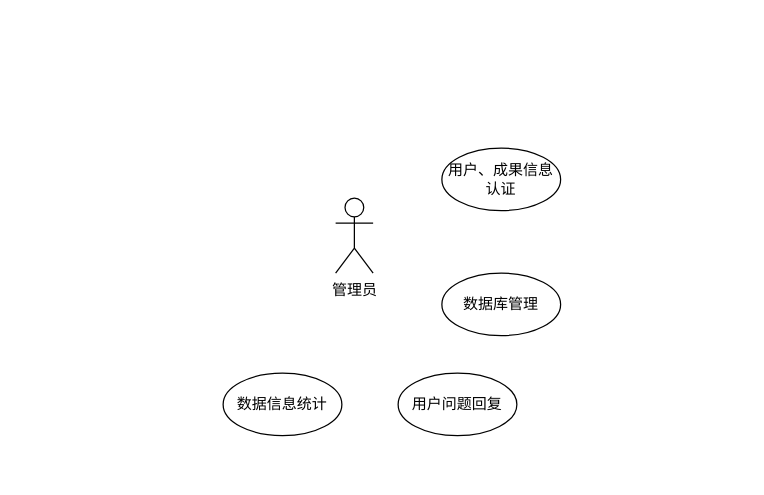
Above: 2024-BUAA-SE/需求规格书/管理维护模块-用例图.drawio in jongsh/drawio (draw.io), before the change. Source tidied: cells renumbered, new cells numbered last; positions are measured from the earlier drawing's top-left corner, leaving out a move shared by most shapes. Both pictures are drawn from the tidied source at 125%, with x=0, y=0 at pixel (222, 148).
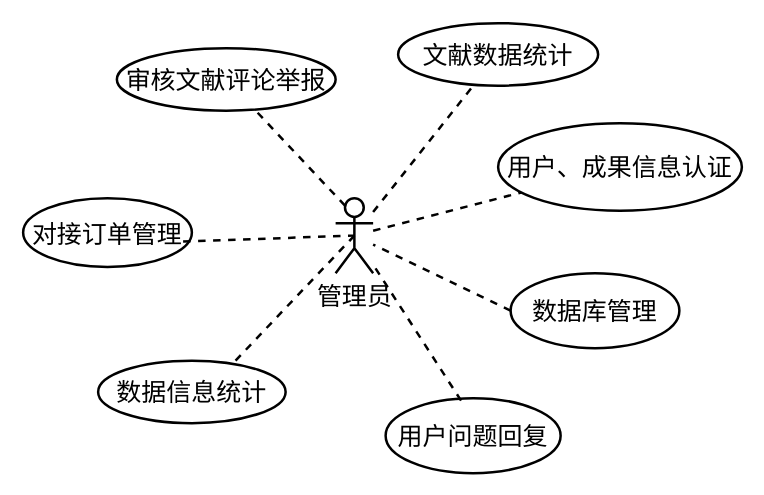
The same page after the edit.

Commit message (it also covers changes not shown here):
更新管理维护模块-用例图.drawio

Change to the diagram source:
```diff
@@
 <mxGraphModel>
   <root>
     <mxCell id="0" />
     <mxCell id="1" parent="0" />
-    <mxCell id="2" value="管理员" style="shape=umlActor;verticalLabelPosition=bottom;verticalAlign=top;html=1;outlineConnect=0;" parent="1" vertex="1">
+    <mxCell id="2" value="管理员" style="shape=umlActor;verticalLabelPosition=bottom;verticalAlign=top;html=1;outlineConnect=0;strokeWidth=2;fontSize=20;" parent="1" vertex="1">
       <mxGeometry x="90" y="40" width="30" height="60" as="geometry" />
     </mxCell>
-    <mxCell id="3" value="用户、成果信息认证" style="ellipse;whiteSpace=wrap;html=1;" parent="1" vertex="1">
-      <mxGeometry x="175" width="95" height="50" as="geometry" />
+    <mxCell id="3" value="用户、成果信息认证" style="ellipse;whiteSpace=wrap;html=1;strokeWidth=2;fontSize=20;" parent="1" vertex="1">
+      <mxGeometry x="220" y="-20" width="195" height="70" as="geometry" />
     </mxCell>
-    <mxCell id="4" value="数据库管理" style="ellipse;whiteSpace=wrap;html=1;" parent="1" vertex="1">
-      <mxGeometry x="175" y="100" width="95" height="50" as="geometry" />
+    <mxCell id="4" value="数据库管理" style="ellipse;whiteSpace=wrap;html=1;strokeWidth=2;fontSize=20;" parent="1" vertex="1">
+      <mxGeometry x="230" y="100" width="135" height="60" as="geometry" />
     </mxCell>
-    <mxCell id="5" value="用户问题回复" style="ellipse;whiteSpace=wrap;html=1;" parent="1" vertex="1">
-      <mxGeometry x="140" y="180" width="95" height="50" as="geometry" />
+    <mxCell id="5" value="用户问题回复" style="ellipse;whiteSpace=wrap;html=1;strokeWidth=2;fontSize=20;" parent="1" vertex="1">
+      <mxGeometry x="130" y="200" width="140" height="60" as="geometry" />
     </mxCell>
-    <mxCell id="6" value="数据信息统计" style="ellipse;whiteSpace=wrap;html=1;" parent="1" vertex="1">
-      <mxGeometry y="180" width="95" height="50" as="geometry" />
+    <mxCell id="6" value="数据信息统计" style="ellipse;whiteSpace=wrap;html=1;strokeWidth=2;fontSize=20;" parent="1" vertex="1">
+      <mxGeometry x="-100" y="170" width="150" height="50" as="geometry" />
     </mxCell>
+    <mxCell id="7" value="对接订单管理" style="ellipse;whiteSpace=wrap;html=1;strokeWidth=2;fontSize=20;" parent="1" vertex="1">
+      <mxGeometry x="-160" y="40" width="135" height="55" as="geometry" />
+    </mxCell>
+    <mxCell id="8" value="文献数据统计" style="ellipse;whiteSpace=wrap;html=1;strokeWidth=2;fontSize=20;" parent="1" vertex="1">
+      <mxGeometry x="140" y="-100" width="160" height="50" as="geometry" />
+    </mxCell>
+    <mxCell id="9" value="审核文献评论举报" style="ellipse;whiteSpace=wrap;html=1;strokeWidth=2;fontSize=20;" parent="1" vertex="1">
+      <mxGeometry x="-85" y="-80" width="175" height="50" as="geometry" />
+    </mxCell>
+    <mxCell id="10" style="endArrow=none;dashed=1;html=1;rounded=0;exitX=0;exitY=0.5;exitDx=0;exitDy=0;strokeWidth=2;" parent="1" edge="1" source="4" target="2">
+      <mxGeometry relative="1" as="geometry" />
+    </mxCell>
+    <mxCell id="11" style="endArrow=none;dashed=1;html=1;rounded=0;strokeWidth=2;" parent="1" edge="1" source="2" target="8">
+      <mxGeometry relative="1" as="geometry" />
+    </mxCell>
+    <mxCell id="12" style="endArrow=none;dashed=1;html=1;rounded=0;strokeWidth=2;" parent="1" edge="1" source="2" target="3">
+      <mxGeometry relative="1" as="geometry" />
+    </mxCell>
+    <mxCell id="13" style="endArrow=none;dashed=1;html=1;rounded=0;exitX=0.431;exitY=0.033;exitDx=0;exitDy=0;exitPerimeter=0;strokeWidth=2;" parent="1" edge="1" source="5" target="2">
+      <mxGeometry relative="1" as="geometry" />
+    </mxCell>
+    <mxCell id="14" style="endArrow=none;dashed=1;html=1;rounded=0;exitX=0.25;exitY=0.1;exitDx=0;exitDy=0;exitPerimeter=0;strokeWidth=2;" parent="1" edge="1" source="2" target="9">
+      <mxGeometry relative="1" as="geometry" />
+    </mxCell>
+    <mxCell id="15" style="endArrow=none;dashed=1;html=1;rounded=0;entryX=0.5;entryY=0.5;entryDx=0;entryDy=0;entryPerimeter=0;exitX=0.948;exitY=0.63;exitDx=0;exitDy=0;exitPerimeter=0;strokeWidth=2;" parent="1" edge="1" source="7" target="2">
+      <mxGeometry relative="1" as="geometry" />
+    </mxCell>
+    <mxCell id="16" style="endArrow=none;dashed=1;html=1;rounded=0;entryX=0.5;entryY=0.5;entryDx=0;entryDy=0;entryPerimeter=0;exitX=0.733;exitY=0;exitDx=0;exitDy=0;exitPerimeter=0;strokeWidth=2;" parent="1" edge="1" source="6" target="2">
+      <mxGeometry relative="1" as="geometry" />
+    </mxCell>
   </root>
 </mxGraphModel>
```
